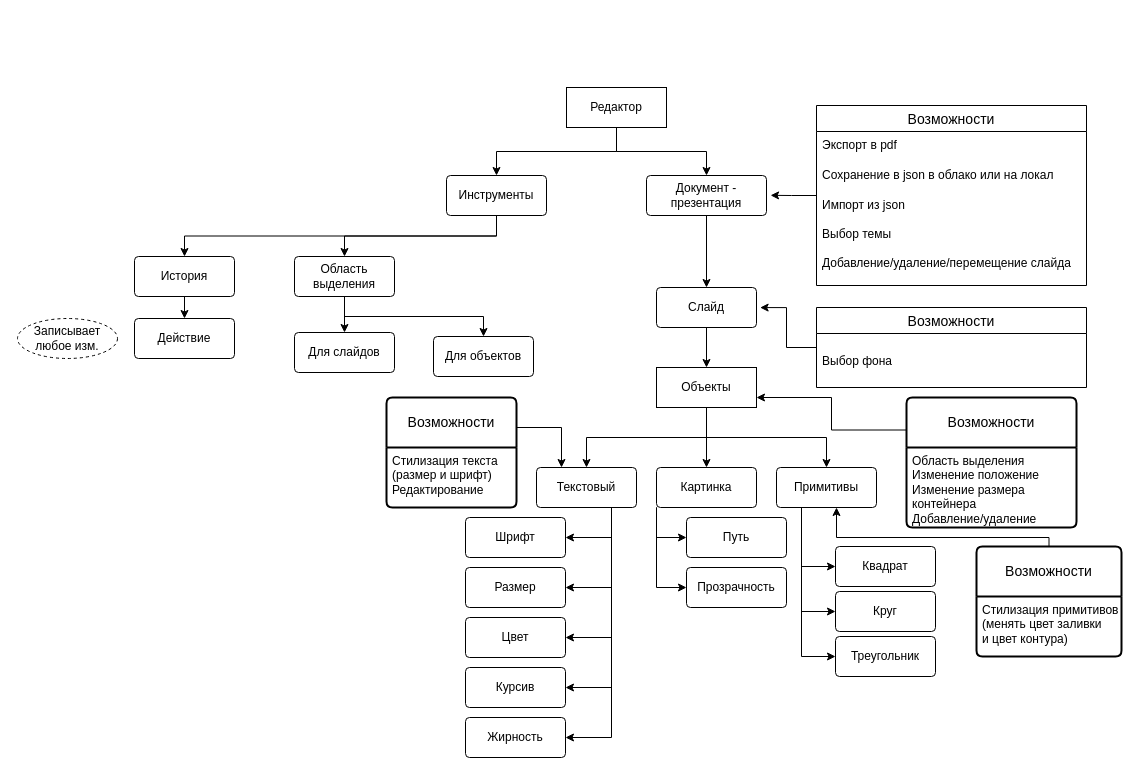
The draw.io diagram Untitled Diagram.drawio in Kortasfa/COM, before the edit. Source tidied: cells renumbered, new cells numbered last; positions are measured from the earlier drawing's top-left corner, leaving out a move shared by most shapes. Both pictures are drawn from the tidied source at 100%, with x=0, y=0 at pixel (17, 87).
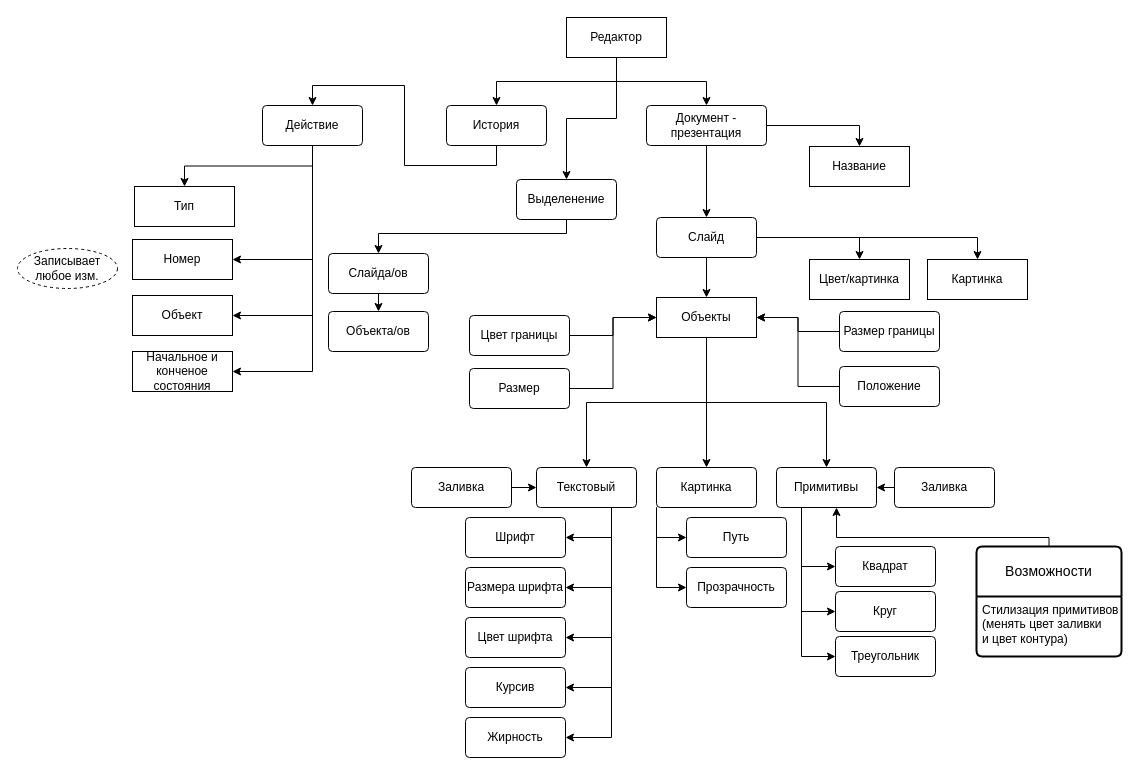
After the change.

The change refers to these unchanged cells:
```xml
<mxCell id="15" value="Текстовый" style="rounded=1;arcSize=10;whiteSpace=wrap;html=1;align=center;" parent="1" vertex="1">
  <mxGeometry x="519" y="380" width="100" height="40" as="geometry" />
</mxCell>
<mxCell id="22" value="Примитивы" style="rounded=1;arcSize=10;whiteSpace=wrap;html=1;align=center;" parent="1" vertex="1">
  <mxGeometry x="759" y="380" width="100" height="40" as="geometry" />
</mxCell>
```

Diff of the diagram source:
```diff
@@
+    <mxCell id="65" style="edgeStyle=orthogonalEdgeStyle;rounded=0;jettySize=auto;html=1;exitX=1;exitY=0.5;exitDx=0;exitDy=0;entryX=0.5;entryY=0;entryDx=0;entryDy=0;" parent="1" edge="1" source="3" target="93">
+      <mxGeometry relative="1" as="geometry" />
+    </mxCell>
     <mxCell id="3" value="Документ - презентация" style="rounded=1;arcSize=10;whiteSpace=wrap;html=1;align=center;" parent="1" vertex="1">
-      <mxGeometry x="629" y="88" width="120" height="40" as="geometry" />
+      <mxGeometry x="629" y="18" width="120" height="40" as="geometry" />
     </mxCell>
@@
+    <mxCell id="66" style="edgeStyle=orthogonalEdgeStyle;rounded=0;jettySize=auto;html=1;exitX=1;exitY=0.5;exitDx=0;exitDy=0;entryX=0.5;entryY=0;entryDx=0;entryDy=0;" parent="1" edge="1" source="5" target="79">
+      <mxGeometry relative="1" as="geometry" />
+    </mxCell>
+    <mxCell id="67" style="edgeStyle=orthogonalEdgeStyle;rounded=0;jettySize=auto;html=1;exitX=1;exitY=0.5;exitDx=0;exitDy=0;entryX=0.5;entryY=0;entryDx=0;entryDy=0;" parent="1" edge="1" source="5" target="80">
+      <mxGeometry relative="1" as="geometry" />
+    </mxCell>
     <mxCell id="5" value="Слайд" style="rounded=1;arcSize=10;whiteSpace=wrap;html=1;align=center;" parent="1" vertex="1">
-      <mxGeometry x="639" y="200" width="100" height="40" as="geometry" />
+      <mxGeometry x="639" y="130" width="100" height="40" as="geometry" />
     </mxCell>
@@
     <mxCell id="9" value="Объекты" style="whiteSpace=wrap;html=1;align=center;" parent="1" vertex="1">
-      <mxGeometry x="639" y="280" width="100" height="40" as="geometry" />
+      <mxGeometry x="639" y="210" width="100" height="40" as="geometry" />
     </mxCell>
@@
-    <mxCell id="23" style="edgeStyle=orthogonalEdgeStyle;rounded=0;jettySize=auto;html=1;entryX=1.036;entryY=0.502;entryDx=0;entryDy=0;entryPerimeter=0;" parent="1" edge="1" source="24" target="5">
-      <mxGeometry relative="1" as="geometry" />
-    </mxCell>
-    <mxCell id="24" value="Возможности" style="swimlane;fontStyle=0;horizontal=1;startSize=26;align=center;fontSize=14;" parent="1" vertex="1">
-      <mxGeometry x="799" y="220" width="270" height="80" as="geometry" />
-    </mxCell>
-    <mxCell id="25" value="&lt;br&gt;Выбор фона&amp;nbsp;" style="text;strokeColor=none;fillColor=none;spacingLeft=4;spacingRight=4;overflow=hidden;fontSize=12;whiteSpace=wrap;html=1;" parent="24" vertex="1">
-      <mxGeometry y="26" width="270" height="54" as="geometry" />
-    </mxCell>
-    <mxCell id="26" style="edgeStyle=orthogonalEdgeStyle;rounded=0;jettySize=auto;html=1;entryX=1.034;entryY=0.496;entryDx=0;entryDy=0;entryPerimeter=0;" parent="1" edge="1" source="27" target="3">
-      <mxGeometry relative="1" as="geometry" />
-    </mxCell>
-    <mxCell id="27" value="Возможности" style="swimlane;fontStyle=0;horizontal=1;startSize=26;align=center;fontSize=14;" parent="1" vertex="1">
-      <mxGeometry x="799" y="18" width="270" height="180" as="geometry" />
-    </mxCell>
-    <mxCell id="28" value="Экспорт в pdf" style="text;strokeColor=none;fillColor=none;spacingLeft=4;spacingRight=4;overflow=hidden;fontSize=12;whiteSpace=wrap;html=1;" parent="27" vertex="1">
-      <mxGeometry y="26" width="270" height="30" as="geometry" />
-    </mxCell>
-    <mxCell id="29" value="Сохранение в json в облако или на локал" style="text;strokeColor=none;fillColor=none;spacingLeft=4;spacingRight=4;overflow=hidden;fontSize=12;whiteSpace=wrap;html=1;" parent="27" vertex="1">
-      <mxGeometry y="56" width="270" height="30" as="geometry" />
-    </mxCell>
-    <mxCell id="30" value="Импорт из json&lt;br&gt;&lt;br&gt;Выбор темы&lt;br&gt;&lt;br&gt;Добавление/удаление/перемещение слайда" style="text;strokeColor=none;fillColor=none;spacingLeft=4;spacingRight=4;overflow=hidden;fontSize=12;whiteSpace=wrap;html=1;" parent="27" vertex="1">
-      <mxGeometry y="86" width="270" height="94" as="geometry" />
-    </mxCell>
-    <mxCell id="31" style="edgeStyle=orthogonalEdgeStyle;rounded=0;jettySize=auto;html=1;entryX=0.25;entryY=0;entryDx=0;entryDy=0;exitX=1;exitY=0;exitDx=0;exitDy=0;" parent="1" edge="1" source="33" target="15">
-      <mxGeometry relative="1" as="geometry" />
-    </mxCell>
-    <mxCell id="32" value="Возможности" style="swimlane;horizontal=1;startSize=50;rounded=1;fontSize=14;fontStyle=0;strokeWidth=2;shadow=0;dashed=0;align=center;arcSize=4;whiteSpace=wrap;html=1;" parent="1" vertex="1">
-      <mxGeometry x="369" y="310" width="130" height="110" as="geometry" />
-    </mxCell>
-    <mxCell id="33" value="Стилизация текста &lt;br&gt;(размер и шрифт)&lt;br&gt;Редактирование" style="align=left;strokeColor=none;fillColor=none;spacingLeft=4;fontSize=12;verticalAlign=top;html=1;" parent="32" vertex="1">
-      <mxGeometry y="50" width="130" height="60" as="geometry" />
-    </mxCell>
-    <mxCell id="34" style="edgeStyle=orthogonalEdgeStyle;rounded=0;jettySize=auto;html=1;exitX=0;exitY=0.25;exitDx=0;exitDy=0;entryX=1;entryY=0.75;entryDx=0;entryDy=0;" parent="1" edge="1" source="35" target="9">
-      <mxGeometry relative="1" as="geometry" />
-    </mxCell>
-    <mxCell id="35" value="Возможности" style="swimlane;horizontal=1;startSize=50;rounded=1;fontSize=14;fontStyle=0;strokeWidth=2;shadow=0;dashed=0;align=center;arcSize=4;whiteSpace=wrap;html=1;" parent="1" vertex="1">
-      <mxGeometry x="889" y="310" width="170" height="130" as="geometry" />
-    </mxCell>
-    <mxCell id="36" value="Область выделения&lt;br&gt;Изменение положение&lt;br&gt;Изменение размера &lt;br&gt;контейнера&lt;br&gt;Добавление/удаление" style="align=left;strokeColor=none;fillColor=none;spacingLeft=4;fontSize=12;verticalAlign=top;html=1;" parent="35" vertex="1">
-      <mxGeometry y="50" width="170" height="80" as="geometry" />
-    </mxCell>
@@
+    <mxCell id="68" style="edgeStyle=orthogonalEdgeStyle;rounded=0;jettySize=auto;html=1;exitX=0.5;exitY=1;exitDx=0;exitDy=0;" parent="1" edge="1" source="42" target="61">
+      <mxGeometry relative="1" as="geometry" />
+    </mxCell>
     <mxCell id="42" value="Редактор" style="whiteSpace=wrap;html=1;align=center;" parent="1" vertex="1">
-      <mxGeometry x="549" width="100" height="40" as="geometry" />
+      <mxGeometry x="549" y="-70" width="100" height="40" as="geometry" />
     </mxCell>
@@
-    <mxCell id="44" style="edgeStyle=orthogonalEdgeStyle;rounded=0;jettySize=auto;html=1;exitX=0.5;exitY=1;exitDx=0;exitDy=0;entryX=0.5;entryY=0;entryDx=0;entryDy=0;" parent="1" edge="1" source="45" target="47">
-      <mxGeometry relative="1" as="geometry" />
-    </mxCell>
-    <mxCell id="45" value="Инструменты" style="rounded=1;arcSize=10;whiteSpace=wrap;html=1;align=center;" parent="1" vertex="1">
-      <mxGeometry x="429" y="88" width="100" height="40" as="geometry" />
+    <mxCell id="45" value="История" style="rounded=1;arcSize=10;whiteSpace=wrap;html=1;align=center;" parent="1" vertex="1">
+      <mxGeometry x="429" y="18" width="100" height="40" as="geometry" />
     </mxCell>
-    <mxCell id="46" style="edgeStyle=orthogonalEdgeStyle;rounded=0;jettySize=auto;html=1;exitX=0.5;exitY=1;exitDx=0;exitDy=0;entryX=0.5;entryY=0;entryDx=0;entryDy=0;" parent="1" edge="1" source="47" target="61">
-      <mxGeometry relative="1" as="geometry" />
-    </mxCell>
-    <mxCell id="47" value="История" style="rounded=1;arcSize=10;whiteSpace=wrap;html=1;align=center;" parent="1" vertex="1">
-      <mxGeometry x="117" y="169" width="100" height="40" as="geometry" />
-    </mxCell>
-    <mxCell id="48" style="edgeStyle=orthogonalEdgeStyle;rounded=0;jettySize=auto;html=1;exitX=0.5;exitY=1;exitDx=0;exitDy=0;entryX=0.5;entryY=0;entryDx=0;entryDy=0;" parent="1" edge="1" source="50" target="63">
-      <mxGeometry relative="1" as="geometry" />
-    </mxCell>
-    <mxCell id="49" style="edgeStyle=orthogonalEdgeStyle;rounded=0;jettySize=auto;html=1;exitX=0.5;exitY=1;exitDx=0;exitDy=0;entryX=0.5;entryY=0;entryDx=0;entryDy=0;" parent="1" edge="1" source="50" target="64">
-      <mxGeometry relative="1" as="geometry" />
-    </mxCell>
+    <mxCell id="69" style="edgeStyle=orthogonalEdgeStyle;rounded=0;jettySize=auto;html=1;exitX=0.5;exitY=1;exitDx=0;exitDy=0;" parent="1" edge="1" source="50" target="77">
+      <mxGeometry relative="1" as="geometry" />
+    </mxCell>
+    <mxCell id="70" style="edgeStyle=orthogonalEdgeStyle;rounded=0;jettySize=auto;html=1;exitX=0.5;exitY=1;exitDx=0;exitDy=0;entryX=1;entryY=0.5;entryDx=0;entryDy=0;" parent="1" edge="1" source="50" target="75">
+      <mxGeometry relative="1" as="geometry" />
+    </mxCell>
+    <mxCell id="71" style="edgeStyle=orthogonalEdgeStyle;rounded=0;jettySize=auto;html=1;exitX=0.5;exitY=1;exitDx=0;exitDy=0;entryX=1;entryY=0.5;entryDx=0;entryDy=0;" parent="1" edge="1" source="50" target="76">
+      <mxGeometry relative="1" as="geometry" />
+    </mxCell>
+    <mxCell id="72" style="edgeStyle=orthogonalEdgeStyle;rounded=0;jettySize=auto;html=1;exitX=0.5;exitY=1;exitDx=0;exitDy=0;entryX=1;entryY=0.5;entryDx=0;entryDy=0;" parent="1" edge="1" source="50" target="78">
+      <mxGeometry relative="1" as="geometry" />
+    </mxCell>
-    <mxCell id="50" value="Область выделения" style="rounded=1;arcSize=10;whiteSpace=wrap;html=1;align=center;" parent="1" vertex="1">
-      <mxGeometry x="277" y="169" width="100" height="40" as="geometry" />
+    <mxCell id="50" value="Действие" style="rounded=1;arcSize=10;whiteSpace=wrap;html=1;align=center;" parent="1" vertex="1">
+      <mxGeometry x="245" y="18" width="100" height="40" as="geometry" />
     </mxCell>
@@
-    <mxCell id="55" value="Размер" style="rounded=1;arcSize=10;whiteSpace=wrap;html=1;align=center;" parent="1" vertex="1">
+    <mxCell id="55" value="Размера шрифта" style="rounded=1;arcSize=10;whiteSpace=wrap;html=1;align=center;" parent="1" vertex="1">
       <mxGeometry x="448" y="480" width="100" height="40" as="geometry" />
     </mxCell>
-    <mxCell id="56" value="Цвет" style="rounded=1;arcSize=10;whiteSpace=wrap;html=1;align=center;" parent="1" vertex="1">
+    <mxCell id="56" value="Цвет шрифта" style="rounded=1;arcSize=10;whiteSpace=wrap;html=1;align=center;" parent="1" vertex="1">
       <mxGeometry x="448" y="530" width="100" height="40" as="geometry" />
     </mxCell>
@@
+    <mxCell id="73" style="edgeStyle=orthogonalEdgeStyle;rounded=0;jettySize=auto;html=1;exitX=0.5;exitY=1;exitDx=0;exitDy=0;entryX=0.5;entryY=0;entryDx=0;entryDy=0;" parent="1" edge="1" source="61" target="63">
+      <mxGeometry relative="1" as="geometry">
+        <Array as="points">
+          <mxPoint x="549" y="146" />
+          <mxPoint x="361" y="146" />
+        </Array>
+      </mxGeometry>
+    </mxCell>
-    <mxCell id="61" value="Действие" style="rounded=1;arcSize=10;whiteSpace=wrap;html=1;align=center;" parent="1" vertex="1">
-      <mxGeometry x="117" y="231" width="100" height="40" as="geometry" />
+    <mxCell id="61" value="Выделенение" style="rounded=1;arcSize=10;whiteSpace=wrap;html=1;align=center;" parent="1" vertex="1">
+      <mxGeometry x="499" y="92" width="100" height="40" as="geometry" />
     </mxCell>
     <mxCell id="62" value="Записывает любое изм." style="ellipse;whiteSpace=wrap;html=1;align=center;dashed=1;" parent="1" vertex="1">
-      <mxGeometry y="231" width="100" height="40" as="geometry" />
+      <mxGeometry y="161" width="100" height="40" as="geometry" />
     </mxCell>
+    <mxCell id="74" style="edgeStyle=orthogonalEdgeStyle;rounded=0;jettySize=auto;html=1;exitX=0.5;exitY=1;exitDx=0;exitDy=0;entryX=0.5;entryY=0;entryDx=0;entryDy=0;" parent="1" edge="1" source="63" target="64">
+      <mxGeometry relative="1" as="geometry" />
+    </mxCell>
-    <mxCell id="63" value="Для слайдов" style="rounded=1;arcSize=10;whiteSpace=wrap;html=1;align=center;" parent="1" vertex="1">
-      <mxGeometry x="277" y="245" width="100" height="40" as="geometry" />
+    <mxCell id="63" value="Слайда/ов" style="rounded=1;arcSize=10;whiteSpace=wrap;html=1;align=center;" parent="1" vertex="1">
+      <mxGeometry x="311" y="166" width="100" height="40" as="geometry" />
     </mxCell>
-    <mxCell id="64" value="Для объектов" style="rounded=1;arcSize=10;whiteSpace=wrap;html=1;align=center;" parent="1" vertex="1">
-      <mxGeometry x="416" y="249" width="100" height="40" as="geometry" />
+    <mxCell id="64" value="Объекта/ов" style="rounded=1;arcSize=10;whiteSpace=wrap;html=1;align=center;" parent="1" vertex="1">
+      <mxGeometry x="311" y="224" width="100" height="40" as="geometry" />
     </mxCell>
+    <mxCell id="75" value="Номер" style="whiteSpace=wrap;html=1;align=center;" parent="1" vertex="1">
+      <mxGeometry x="115" y="152" width="100" height="40" as="geometry" />
+    </mxCell>
+    <mxCell id="76" value="Объект" style="whiteSpace=wrap;html=1;align=center;" parent="1" vertex="1">
+      <mxGeometry x="115" y="208" width="100" height="40" as="geometry" />
+    </mxCell>
+    <mxCell id="77" value="Тип" style="whiteSpace=wrap;html=1;align=center;" parent="1" vertex="1">
+      <mxGeometry x="117" y="99" width="100" height="40" as="geometry" />
+    </mxCell>
+    <mxCell id="78" value="Начальное и конченое состояния" style="whiteSpace=wrap;html=1;align=center;" parent="1" vertex="1">
+      <mxGeometry x="115" y="264" width="100" height="40" as="geometry" />
+    </mxCell>
+    <mxCell id="79" value="Цвет/картинка" style="whiteSpace=wrap;html=1;align=center;" parent="1" vertex="1">
+      <mxGeometry x="792" y="172" width="100" height="40" as="geometry" />
+    </mxCell>
+    <mxCell id="80" value="Картинка" style="whiteSpace=wrap;html=1;align=center;" parent="1" vertex="1">
+      <mxGeometry x="910" y="172" width="100" height="40" as="geometry" />
+    </mxCell>
+    <mxCell id="81" style="edgeStyle=orthogonalEdgeStyle;rounded=0;jettySize=auto;html=1;entryX=1;entryY=0.5;entryDx=0;entryDy=0;" parent="1" edge="1" source="82" target="9">
+      <mxGeometry relative="1" as="geometry" />
+    </mxCell>
+    <mxCell id="82" value="Размер границы" style="rounded=1;arcSize=10;whiteSpace=wrap;html=1;align=center;" parent="1" vertex="1">
+      <mxGeometry x="822" y="224" width="100" height="40" as="geometry" />
+    </mxCell>
+    <mxCell id="83" style="edgeStyle=orthogonalEdgeStyle;rounded=0;jettySize=auto;html=1;exitX=1;exitY=0.5;exitDx=0;exitDy=0;entryX=0;entryY=0.5;entryDx=0;entryDy=0;" parent="1" edge="1" source="84" target="9">
+      <mxGeometry relative="1" as="geometry" />
+    </mxCell>
+    <mxCell id="84" value="Цвет границы" style="rounded=1;arcSize=10;whiteSpace=wrap;html=1;align=center;" parent="1" vertex="1">
+      <mxGeometry x="452" y="228" width="100" height="40" as="geometry" />
+    </mxCell>
+    <mxCell id="85" style="edgeStyle=orthogonalEdgeStyle;rounded=0;jettySize=auto;html=1;entryX=1;entryY=0.5;entryDx=0;entryDy=0;" parent="1" edge="1" source="86" target="9">
+      <mxGeometry relative="1" as="geometry" />
+    </mxCell>
+    <mxCell id="86" value="Положение" style="rounded=1;arcSize=10;whiteSpace=wrap;html=1;align=center;" parent="1" vertex="1">
+      <mxGeometry x="822" y="279" width="100" height="40" as="geometry" />
+    </mxCell>
+    <mxCell id="87" style="edgeStyle=orthogonalEdgeStyle;rounded=0;jettySize=auto;html=1;entryX=0;entryY=0.5;entryDx=0;entryDy=0;" parent="1" edge="1" source="88" target="9">
+      <mxGeometry relative="1" as="geometry" />
+    </mxCell>
+    <mxCell id="88" value="Размер" style="rounded=1;arcSize=10;whiteSpace=wrap;html=1;align=center;" parent="1" vertex="1">
+      <mxGeometry x="452" y="281" width="100" height="40" as="geometry" />
+    </mxCell>
+    <mxCell id="89" style="edgeStyle=orthogonalEdgeStyle;rounded=0;jettySize=auto;html=1;entryX=0;entryY=0.5;entryDx=0;entryDy=0;" parent="1" edge="1" source="90" target="15">
+      <mxGeometry relative="1" as="geometry" />
+    </mxCell>
+    <mxCell id="90" value="Заливка" style="rounded=1;arcSize=10;whiteSpace=wrap;html=1;align=center;" parent="1" vertex="1">
+      <mxGeometry x="394" y="380" width="100" height="40" as="geometry" />
+    </mxCell>
+    <mxCell id="91" style="edgeStyle=orthogonalEdgeStyle;rounded=0;jettySize=auto;html=1;exitX=0;exitY=0.5;exitDx=0;exitDy=0;entryX=1;entryY=0.5;entryDx=0;entryDy=0;" parent="1" edge="1" source="92" target="22">
+      <mxGeometry relative="1" as="geometry" />
+    </mxCell>
+    <mxCell id="92" value="Заливка" style="rounded=1;arcSize=10;whiteSpace=wrap;html=1;align=center;" parent="1" vertex="1">
+      <mxGeometry x="877" y="380" width="100" height="40" as="geometry" />
+    </mxCell>
+    <mxCell id="93" value="Название" style="whiteSpace=wrap;html=1;align=center;" parent="1" vertex="1">
+      <mxGeometry x="792" y="59" width="100" height="40" as="geometry" />
+    </mxCell>
```
